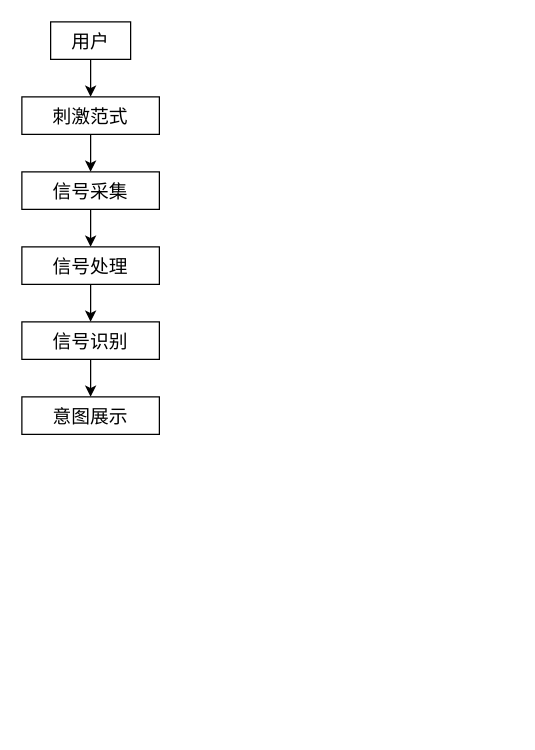
Earlier version of the draw.io diagram 毕业设计-总体方案图.drawio (ThePointOfXu/liu_cheng_tu). Source tidied: cells renumbered, new cells numbered last; positions are measured from the earlier drawing's top-left corner, leaving out a move shared by most shapes. Both pictures are drawn from the tidied source at 125%, with x=0, y=0 at pixel (21, 21).
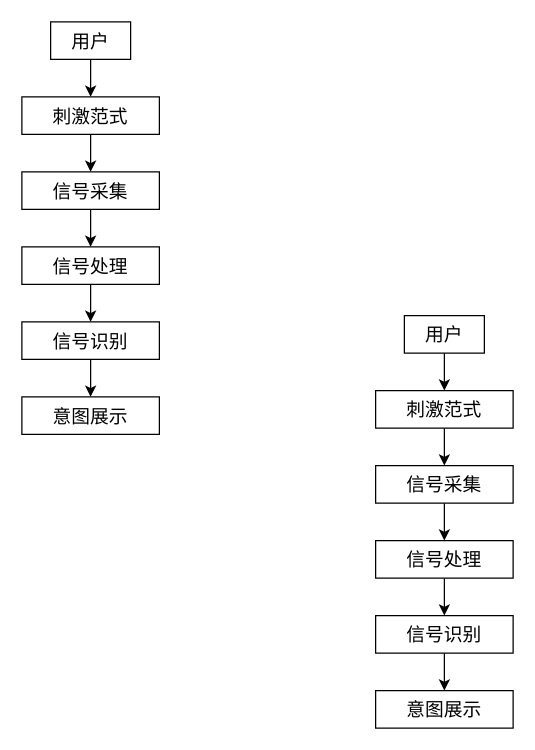
After the change.

Commit message (it also covers changes not shown here):
Update 毕业设计-总体方案图.drawio

What changed in the source:
```diff
@@
+    <mxCell id="13" style="edgeStyle=orthogonalEdgeStyle;rounded=0;jettySize=auto;html=1;exitX=0.5;exitY=1;exitDx=0;exitDy=0;entryX=0.5;entryY=0;entryDx=0;entryDy=0;fontSize=15;" parent="1" edge="1" source="14" target="16">
+      <mxGeometry relative="1" as="geometry" />
+    </mxCell>
+    <mxCell id="14" value="用户" style="rounded=0;whiteSpace=wrap;html=1;fontSize=15;" parent="1" vertex="1">
+      <mxGeometry x="306" y="235" width="64" height="30" as="geometry" />
+    </mxCell>
+    <mxCell id="15" style="edgeStyle=orthogonalEdgeStyle;rounded=0;jettySize=auto;html=1;entryX=0.5;entryY=0;entryDx=0;entryDy=0;fontSize=15;" parent="1" edge="1" source="16" target="18">
+      <mxGeometry relative="1" as="geometry" />
+    </mxCell>
+    <mxCell id="16" value="刺激范式" style="rounded=0;whiteSpace=wrap;html=1;fontSize=15;" parent="1" vertex="1">
+      <mxGeometry x="283" y="295" width="110" height="30" as="geometry" />
+    </mxCell>
+    <mxCell id="17" style="edgeStyle=orthogonalEdgeStyle;rounded=0;jettySize=auto;html=1;entryX=0.5;entryY=0;entryDx=0;entryDy=0;fontSize=15;" parent="1" edge="1" source="18" target="20">
+      <mxGeometry relative="1" as="geometry" />
+    </mxCell>
+    <mxCell id="18" value="信号采集" style="rounded=0;whiteSpace=wrap;html=1;fontSize=15;" parent="1" vertex="1">
+      <mxGeometry x="283" y="355" width="110" height="30" as="geometry" />
+    </mxCell>
+    <mxCell id="19" style="edgeStyle=orthogonalEdgeStyle;rounded=0;jettySize=auto;html=1;exitX=0.5;exitY=1;exitDx=0;exitDy=0;entryX=0.5;entryY=0;entryDx=0;entryDy=0;fontSize=15;" parent="1" edge="1" source="20" target="22">
+      <mxGeometry relative="1" as="geometry" />
+    </mxCell>
+    <mxCell id="20" value="信号处理" style="rounded=0;whiteSpace=wrap;html=1;fontSize=15;" parent="1" vertex="1">
+      <mxGeometry x="283" y="415" width="110" height="30" as="geometry" />
+    </mxCell>
+    <mxCell id="21" style="edgeStyle=orthogonalEdgeStyle;rounded=0;jettySize=auto;html=1;exitX=0.5;exitY=1;exitDx=0;exitDy=0;entryX=0.5;entryY=0;entryDx=0;entryDy=0;fontSize=15;" parent="1" edge="1" source="22" target="23">
+      <mxGeometry relative="1" as="geometry" />
+    </mxCell>
+    <mxCell id="22" value="信号识别" style="rounded=0;whiteSpace=wrap;html=1;fontSize=15;" parent="1" vertex="1">
+      <mxGeometry x="283" y="475" width="110" height="30" as="geometry" />
+    </mxCell>
+    <mxCell id="23" value="意图展示" style="rounded=0;whiteSpace=wrap;html=1;fontSize=15;" parent="1" vertex="1">
+      <mxGeometry x="283" y="535" width="110" height="30" as="geometry" />
+    </mxCell>
```
